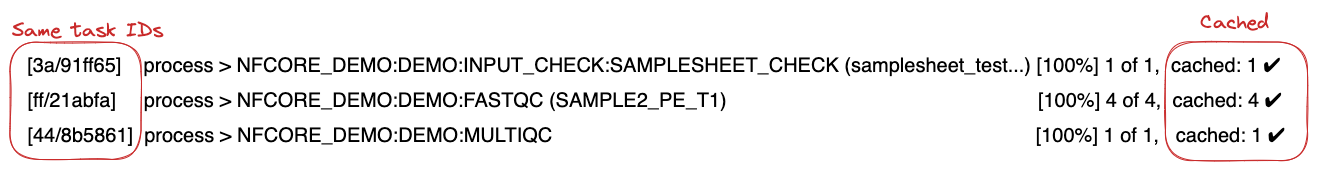
Above: figs/1.1_demoresume.excalidraw.png in Sydney-Informatics-Hub/customising-nfcore-workshop (Excalidraw), before the change. Source tidied: one line per element, renumbered; positions are measured from the earlier drawing's top-left corner, leaving out a move shared by most shapes.
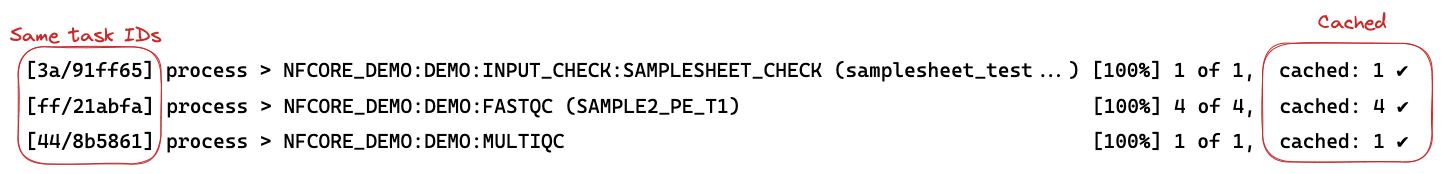
After the change.

Change to the diagram source:
```diff
@@ -1,7 +1,7 @@
-{"id": 0, "type": "text", "text": "[3a/91ff65]    process > NFCORE_DEMO:DEMO:INPUT_CHECK:SAMPLESHEET_CHECK (samplesheet_test...) [100%] 1 of 1,  cached: 1 ✔", "strokeColor": "#000000", "strokeWidth": 1, "roughness": 1, "fontSize": 20, "fontFamily": 2, "x": 17, "y": 44, "width": 1253, "height": 23}
+{"id": 0, "type": "text", "text": "[3a/91ff65] process > NFCORE_DEMO:DEMO:INPUT_CHECK:SAMPLESHEET_CHECK (samplesheet_test...) [100%] 1 of 1,  cached: 1 ✔", "strokeColor": "#000000", "strokeWidth": 1, "roughness": 1, "fontSize": 20, "fontFamily": 3, "x": 17, "y": 44, "width": 1383, "height": 24}
-{"id": 1, "type": "text", "text": "[ff/21abfa]     process > NFCORE_DEMO:DEMO:FASTQC (SAMPLE2_PE_T1)                                                        [100%] 4 of 4,  cached: 4 ✔", "strokeColor": "#000000", "strokeWidth": 1, "roughness": 1, "fontSize": 20, "fontFamily": 2, "x": 17, "y": 79, "width": 1254, "height": 23}
+{"id": 1, "type": "text", "text": "[ff/21abfa] process > NFCORE_DEMO:DEMO:FASTQC (SAMPLE2_PE_T1)                              [100%] 4 of 4,  cached: 4 ✔", "strokeColor": "#000000", "strokeWidth": 1, "roughness": 1, "fontSize": 20, "fontFamily": 3, "x": 18, "y": 79, "width": 1383, "height": 24}
-{"id": 2, "type": "text", "text": "[44/8b5861]  process > NFCORE_DEMO:DEMO:MULTIQC                                                                                       [100%] 1 of 1,   cached: 1 ✔", "strokeColor": "#000000", "strokeWidth": 1, "roughness": 1, "fontSize": 20, "fontFamily": 2, "x": 17, "y": 114, "width": 1258, "height": 23}
+{"id": 2, "type": "text", "text": "[44/8b5861] process > NFCORE_DEMO:DEMO:MULTIQC                                             [100%] 1 of 1,  cached: 1 ✔", "strokeColor": "#000000", "strokeWidth": 1, "roughness": 1, "fontSize": 20, "fontFamily": 3, "x": 17, "y": 114, "width": 1383, "height": 24}
-{"id": 3, "type": "rectangle", "strokeColor": "#c92a2a", "strokeWidth": 1, "roughness": 1, "round": true, "x": 1155, "y": 32, "width": 142, "height": 118}
+{"id": 3, "type": "rectangle", "strokeColor": "#c92a2a", "strokeWidth": 1, "roughness": 1, "round": true, "x": 1255, "y": 29, "width": 169, "height": 118}
 {"id": 4, "type": "text", "text": "Same task IDs", "strokeColor": "#c92a2a", "strokeWidth": 1, "roughness": 1, "fontSize": 20, "fontFamily": 1, "x": 2, "y": 8, "width": 152, "height": 25}
-{"id": 5, "type": "text", "text": "Cached", "strokeColor": "#c92a2a", "strokeWidth": 1, "roughness": 1, "fontSize": 20, "fontFamily": 1, "x": 1190, "y": 0, "width": 68, "height": 25}
+{"id": 5, "type": "text", "text": "Cached", "strokeColor": "#c92a2a", "strokeWidth": 1, "roughness": 1, "fontSize": 20, "fontFamily": 1, "x": 1310, "y": -5, "width": 68, "height": 25}
-{"id": 6, "type": "rectangle", "strokeColor": "#c92a2a", "strokeWidth": 1, "roughness": 1, "round": true, "x": 0, "y": 32, "width": 131, "height": 117}
+{"id": 6, "type": "rectangle", "strokeColor": "#c92a2a", "strokeWidth": 1, "roughness": 1, "round": true, "x": 10, "y": 32, "width": 143, "height": 117}
```
